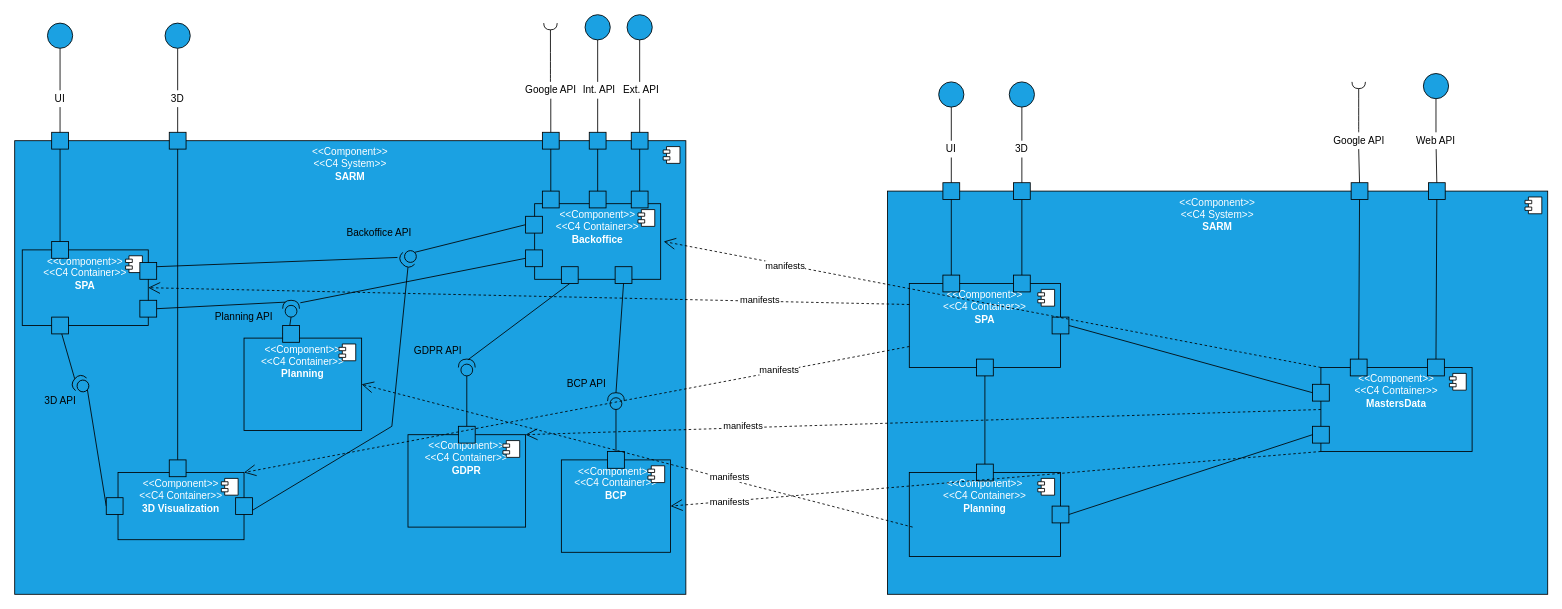
Above: docs/L2/Mapping_Logical_Implementation_Views.drawio in Rodrick0209/ISEP-SEM5PI-24-25 (draw.io), before the change. Source tidied: cells renumbered, new cells numbered last; positions are measured from the earlier drawing's top-left corner, leaving out a move shared by most shapes. Both pictures are drawn from the tidied source at 84%, with x=0, y=0 at pixel (14, 14).
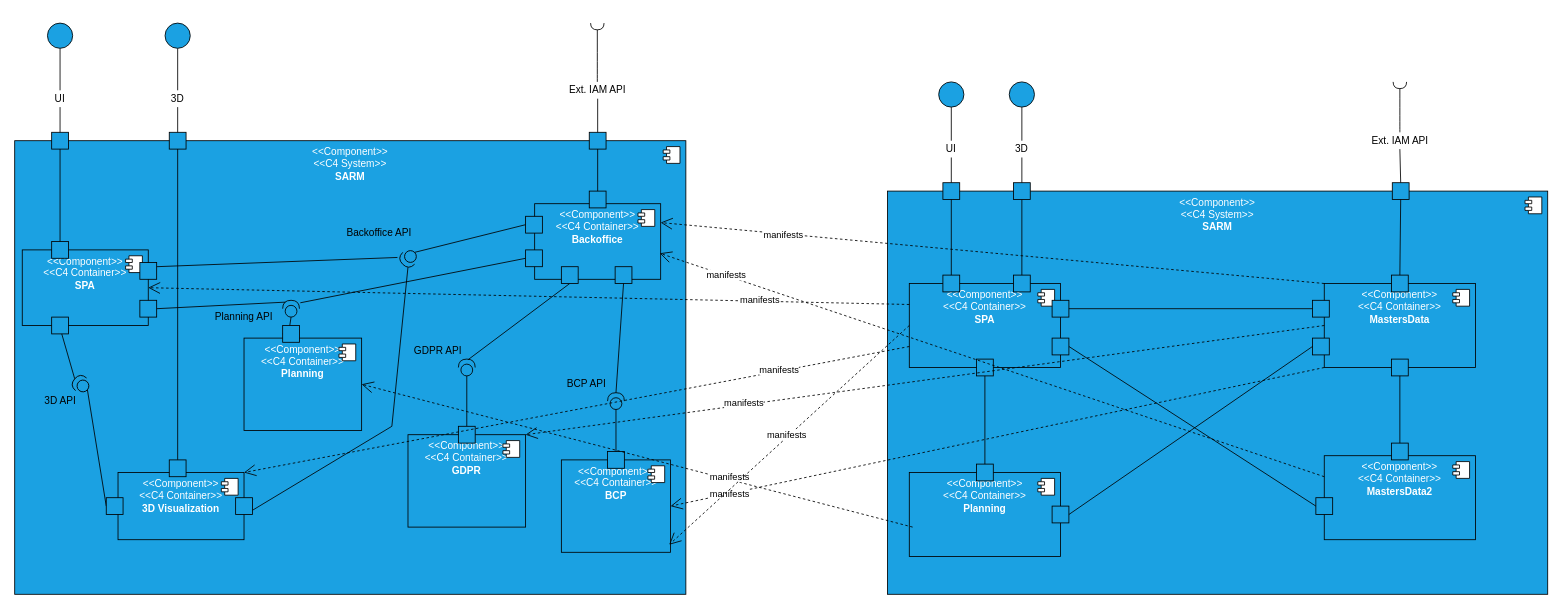
Above is the later version.

Unchanged cells that the change refers to:
```xml
<mxCell id="38" value="&amp;lt;&amp;lt;Component&amp;gt;&amp;gt;&lt;div&gt;&amp;lt;&amp;lt;C4 Container&lt;span style=&quot;background-color: initial;&quot;&gt;&amp;gt;&amp;gt;&lt;/span&gt;&lt;/div&gt;&lt;div&gt;&lt;b&gt;Backoffice&lt;/b&gt;&lt;/div&gt;" style="html=1;whiteSpace=wrap;horizontal=1;verticalAlign=top;fillColor=#1ba1e2;fontColor=#ffffff;strokeColor=default;" parent="1" vertex="1">
  <mxGeometry x="619" y="225" width="150" height="90" as="geometry" />
</mxCell>
<mxCell id="54" value="&amp;lt;&amp;lt;Component&amp;gt;&amp;gt;&lt;div&gt;&amp;lt;&amp;lt;C4 Container&lt;span style=&quot;background-color: initial;&quot;&gt;&amp;gt;&amp;gt;&lt;/span&gt;&lt;/div&gt;&lt;div&gt;&lt;b&gt;BCP&lt;/b&gt;&lt;/div&gt;" style="html=1;whiteSpace=wrap;horizontal=1;verticalAlign=top;fillColor=#1ba1e2;fontColor=#ffffff;strokeColor=default;" parent="1" vertex="1">
  <mxGeometry x="650.8" y="530" width="130" height="110" as="geometry" />
</mxCell>
<mxCell id="89" value="&amp;lt;&amp;lt;Component&amp;gt;&amp;gt;&lt;div&gt;&amp;lt;&amp;lt;C4 Container&lt;span style=&quot;background-color: initial;&quot;&gt;&amp;gt;&amp;gt;&lt;/span&gt;&lt;/div&gt;&lt;div style=&quot;padding-right: 0px;&quot;&gt;&lt;b&gt;SPA&lt;/b&gt;&lt;/div&gt;" style="html=1;whiteSpace=wrap;horizontal=1;verticalAlign=top;fillColor=#1ba1e2;fontColor=#ffffff;strokeColor=default;" parent="1" vertex="1">
  <mxGeometry x="1065" y="320" width="180" height="100" as="geometry" />
</mxCell>
```

The edit, as a diff of the source:
```diff
@@
-    <mxCell id="7" style="whiteSpace=wrap;html=1;fillColor=#1ba1e2;fontColor=#ffffff;strokeColor=default;" parent="1" vertex="1">
-      <mxGeometry x="684" y="140" width="20" height="20" as="geometry" />
-    </mxCell>
-    <mxCell id="8" value="Int. API" style="text;html=1;align=center;verticalAlign=middle;whiteSpace=wrap;rounded=0;" parent="1" vertex="1">
-      <mxGeometry x="670.8" y="80" width="50" height="20" as="geometry" />
-    </mxCell>
-    <mxCell id="9" style="endArrow=none;html=1;rounded=0;entryX=0.5;entryY=1;entryDx=0;entryDy=0;exitX=0.5;exitY=0;exitDx=0;exitDy=0;" parent="1" edge="1" source="7">
-      <mxGeometry relative="1" as="geometry">
-        <mxPoint x="694" y="100" as="targetPoint" />
-      </mxGeometry>
-    </mxCell>
-    <mxCell id="10" style="ellipse;whiteSpace=wrap;html=1;fillColor=#1ba1e2;fontColor=#ffffff;strokeColor=default;" parent="1" vertex="1">
-      <mxGeometry x="679" width="30" height="30" as="geometry" />
-    </mxCell>
@@
-    <mxCell id="13" style="endArrow=none;html=1;rounded=0;entryX=0.5;entryY=1;entryDx=0;entryDy=0;exitX=0.5;exitY=0;exitDx=0;exitDy=0;" parent="1" edge="1" target="10">
-      <mxGeometry relative="1" as="geometry">
-        <mxPoint x="694" y="80" as="sourcePoint" />
-      </mxGeometry>
-    </mxCell>
@@
     <mxCell id="19" style="whiteSpace=wrap;html=1;fillColor=#1ba1e2;fontColor=#ffffff;strokeColor=default;" parent="1" vertex="1">
-      <mxGeometry x="628.2" y="140" width="20" height="20" as="geometry" />
+      <mxGeometry x="684" y="140" width="20" height="20" as="geometry" />
     </mxCell>
     <mxCell id="20" style="endArrow=none;html=1;rounded=0;entryX=0.5;entryY=1;entryDx=0;entryDy=0;exitX=0.5;exitY=0;exitDx=0;exitDy=0;" parent="1" edge="1" source="19">
       <mxGeometry relative="1" as="geometry">
-        <mxPoint x="638.2" y="100" as="targetPoint" />
+        <mxPoint x="694" y="100" as="targetPoint" />
       </mxGeometry>
     </mxCell>
-    <mxCell id="21" value="Google API" style="text;html=1;align=center;verticalAlign=middle;whiteSpace=wrap;rounded=0;" parent="1" vertex="1">
-      <mxGeometry x="605.8" y="80" width="65" height="20" as="geometry" />
+    <mxCell id="21" value="Ext. IAM API" style="text;html=1;align=center;verticalAlign=middle;whiteSpace=wrap;rounded=0;" parent="1" vertex="1">
+      <mxGeometry x="655.2" y="80" width="77.5" height="20" as="geometry" />
     </mxCell>
     <mxCell id="22" style="rounded=0;orthogonalLoop=1;jettySize=auto;html=1;endArrow=halfCircle;endFill=0;endSize=6;strokeWidth=1;sketch=0;fontSize=12;curved=1;exitX=0.5;exitY=0;exitDx=0;exitDy=0;" parent="1" edge="1">
       <mxGeometry relative="1" as="geometry">
-        <mxPoint x="637.8" y="80" as="sourcePoint" />
-        <mxPoint x="637.8" y="10" as="targetPoint" />
+        <mxPoint x="693.6" y="80" as="sourcePoint" />
+        <mxPoint x="693.6" y="10" as="targetPoint" />
       </mxGeometry>
     </mxCell>
@@
     <mxCell id="44" style="whiteSpace=wrap;html=1;fillColor=#1ba1e2;fontColor=#ffffff;strokeColor=default;" parent="1" vertex="1">
-      <mxGeometry x="628.2" y="210" width="20" height="20" as="geometry" />
+      <mxGeometry x="684" y="210" width="20" height="20" as="geometry" />
     </mxCell>
-    <mxCell id="45" style="whiteSpace=wrap;html=1;fillColor=#1ba1e2;fontColor=#ffffff;strokeColor=default;" parent="1" vertex="1">
-      <mxGeometry x="684" y="210" width="20" height="20" as="geometry" />
-    </mxCell>
@@
-    <mxCell id="47" style="endArrow=none;html=1;rounded=0;entryX=0.5;entryY=1;entryDx=0;entryDy=0;exitX=0.5;exitY=0;exitDx=0;exitDy=0;" parent="1" edge="1" source="45" target="7">
-      <mxGeometry relative="1" as="geometry" />
-    </mxCell>
@@
-    <mxCell id="80" style="whiteSpace=wrap;html=1;fillColor=#1ba1e2;fontColor=#ffffff;strokeColor=default;" parent="1" vertex="1">
-      <mxGeometry x="734" y="140" width="20" height="20" as="geometry" />
-    </mxCell>
-    <mxCell id="81" style="endArrow=none;html=1;rounded=0;entryX=0.5;entryY=1;entryDx=0;entryDy=0;exitX=0.5;exitY=0;exitDx=0;exitDy=0;" parent="1" edge="1" source="80">
-      <mxGeometry relative="1" as="geometry">
-        <mxPoint x="744" y="100" as="targetPoint" />
-      </mxGeometry>
-    </mxCell>
-    <mxCell id="82" style="ellipse;whiteSpace=wrap;html=1;fillColor=#1ba1e2;fontColor=#ffffff;strokeColor=default;" parent="1" vertex="1">
-      <mxGeometry x="729" width="30" height="30" as="geometry" />
-    </mxCell>
-    <mxCell id="83" style="endArrow=none;html=1;rounded=0;entryX=0.5;entryY=1;entryDx=0;entryDy=0;exitX=0.5;exitY=0;exitDx=0;exitDy=0;" parent="1" edge="1" target="82">
-      <mxGeometry relative="1" as="geometry">
-        <mxPoint x="744" y="80" as="sourcePoint" />
-      </mxGeometry>
-    </mxCell>
-    <mxCell id="84" style="whiteSpace=wrap;html=1;fillColor=#1ba1e2;fontColor=#ffffff;strokeColor=default;" parent="1" vertex="1">
-      <mxGeometry x="734" y="210" width="20" height="20" as="geometry" />
-    </mxCell>
-    <mxCell id="85" style="endArrow=none;html=1;rounded=0;entryX=0.5;entryY=1;entryDx=0;entryDy=0;exitX=0.5;exitY=0;exitDx=0;exitDy=0;" parent="1" edge="1" source="84" target="80">
-      <mxGeometry relative="1" as="geometry" />
-    </mxCell>
-    <mxCell id="86" value="Ext. API" style="text;html=1;align=center;verticalAlign=middle;whiteSpace=wrap;rounded=0;" parent="1" vertex="1">
-      <mxGeometry x="720.8" y="80" width="50" height="20" as="geometry" />
-    </mxCell>
@@
     <mxCell id="110" value="&amp;lt;&amp;lt;Component&amp;gt;&amp;gt;&lt;div&gt;&amp;lt;&amp;lt;C4 Container&lt;span style=&quot;background-color: initial;&quot;&gt;&amp;gt;&amp;gt;&lt;/span&gt;&lt;/div&gt;&lt;div style=&quot;padding-right: 0px;&quot;&gt;&lt;b&gt;MastersData&lt;/b&gt;&lt;/div&gt;" style="html=1;whiteSpace=wrap;horizontal=1;verticalAlign=top;fillColor=#1ba1e2;fontColor=#ffffff;strokeColor=default;" parent="1" vertex="1">
-      <mxGeometry x="1555" y="420" width="180" height="100" as="geometry" />
+      <mxGeometry x="1559" y="320" width="180" height="100" as="geometry" />
     </mxCell>
@@
     <mxCell id="113" style="whiteSpace=wrap;html=1;fillColor=#1ba1e2;fontColor=#ffffff;strokeColor=default;" parent="1" vertex="1">
-      <mxGeometry x="1235" y="360" width="20" height="20" as="geometry" />
+      <mxGeometry x="1235" y="340" width="20" height="20" as="geometry" />
     </mxCell>
     <mxCell id="114" style="whiteSpace=wrap;html=1;fillColor=#1ba1e2;fontColor=#ffffff;strokeColor=default;" parent="1" vertex="1">
-      <mxGeometry x="1545" y="440" width="20" height="20" as="geometry" />
+      <mxGeometry x="1545" y="340" width="20" height="20" as="geometry" />
     </mxCell>
     <mxCell id="115" style="whiteSpace=wrap;html=1;fillColor=#1ba1e2;fontColor=#ffffff;strokeColor=default;" parent="1" vertex="1">
-      <mxGeometry x="1545" y="490" width="20" height="20" as="geometry" />
+      <mxGeometry x="1545" y="385" width="20" height="20" as="geometry" />
     </mxCell>
@@
-    <mxCell id="118" style="whiteSpace=wrap;html=1;fillColor=#1ba1e2;fontColor=#ffffff;strokeColor=default;" parent="1" vertex="1">
-      <mxGeometry x="1683" y="200" width="20" height="20" as="geometry" />
-    </mxCell>
-    <mxCell id="119" style="whiteSpace=wrap;html=1;fillColor=#1ba1e2;fontColor=#ffffff;strokeColor=default;" parent="1" vertex="1">
-      <mxGeometry x="1682" y="410" width="20" height="20" as="geometry" />
-    </mxCell>
-    <mxCell id="120" style="endArrow=none;html=1;rounded=0;entryX=0.5;entryY=1;entryDx=0;entryDy=0;exitX=0.5;exitY=0;exitDx=0;exitDy=0;" parent="1" edge="1" source="119" target="118">
-      <mxGeometry relative="1" as="geometry" />
-    </mxCell>
-    <mxCell id="121" style="endArrow=none;html=1;rounded=0;exitX=0.5;exitY=0;exitDx=0;exitDy=0;entryX=0.5;entryY=1;entryDx=0;entryDy=0;" parent="1" edge="1" source="124" target="122">
-      <mxGeometry relative="1" as="geometry" />
-    </mxCell>
-    <mxCell id="122" style="ellipse;whiteSpace=wrap;html=1;fillColor=#1ba1e2;fontColor=#ffffff;strokeColor=default;" parent="1" vertex="1">
-      <mxGeometry x="1677" y="70" width="30" height="30" as="geometry" />
-    </mxCell>
-    <mxCell id="123" style="endArrow=none;html=1;rounded=0;exitX=0.5;exitY=0;exitDx=0;exitDy=0;" parent="1" edge="1" source="118" target="124">
-      <mxGeometry relative="1" as="geometry" />
-    </mxCell>
-    <mxCell id="124" value="Web API" style="text;html=1;align=center;verticalAlign=middle;whiteSpace=wrap;rounded=0;" parent="1" vertex="1">
-      <mxGeometry x="1665" y="140" width="54" height="20" as="geometry" />
-    </mxCell>
     <mxCell id="125" style="whiteSpace=wrap;html=1;fillColor=#1ba1e2;fontColor=#ffffff;strokeColor=default;" parent="1" vertex="1">
-      <mxGeometry x="1591" y="200" width="20" height="20" as="geometry" />
+      <mxGeometry x="1640" y="200" width="20" height="20" as="geometry" />
     </mxCell>
     <mxCell id="126" style="whiteSpace=wrap;html=1;fillColor=#1ba1e2;fontColor=#ffffff;strokeColor=default;" parent="1" vertex="1">
-      <mxGeometry x="1590" y="410" width="20" height="20" as="geometry" />
+      <mxGeometry x="1639" y="310" width="20" height="20" as="geometry" />
     </mxCell>
@@
     <mxCell id="128" style="endArrow=none;html=1;rounded=0;exitX=0.5;exitY=0;exitDx=0;exitDy=0;" parent="1" edge="1" source="125">
       <mxGeometry relative="1" as="geometry">
-        <mxPoint x="1600" y="160" as="targetPoint" />
+        <mxPoint x="1649" y="160" as="targetPoint" />
       </mxGeometry>
     </mxCell>
-    <mxCell id="129" value="Google API" style="text;html=1;align=center;verticalAlign=middle;whiteSpace=wrap;rounded=0;" parent="1" vertex="1">
-      <mxGeometry x="1564.5" y="140" width="71" height="20" as="geometry" />
+    <mxCell id="129" value="Ext. IAM API" style="text;html=1;align=center;verticalAlign=middle;whiteSpace=wrap;rounded=0;" parent="1" vertex="1">
+      <mxGeometry x="1613.5" y="140" width="71" height="20" as="geometry" />
     </mxCell>
-    <mxCell id="130" style="rounded=0;jettySize=auto;html=1;endArrow=halfCircle;endFill=0;endSize=6;strokeWidth=1;sketch=0;fontSize=12;curved=1;" parent="1" edge="1" source="129">
+    <mxCell id="130" style="rounded=0;orthogonalLoop=1;jettySize=auto;html=1;endArrow=halfCircle;endFill=0;endSize=6;strokeWidth=1;sketch=0;fontSize=12;curved=1;" parent="1" edge="1">
       <mxGeometry relative="1" as="geometry">
-        <mxPoint x="1600" y="80" as="targetPoint" />
+        <mxPoint x="1649" y="140" as="sourcePoint" />
+        <mxPoint x="1649" y="80" as="targetPoint" />
       </mxGeometry>
     </mxCell>
@@
-    <mxCell id="132" value="manifests" style="endArrow=open;endSize=12;dashed=1;html=1;rounded=0;entryX=1;entryY=0.5;entryDx=0;entryDy=0;exitX=0;exitY=0;exitDx=0;exitDy=0;" parent="1" edge="1" source="110">
-      <mxGeometry x="0.63" y="1" relative="1" as="geometry">
-        <mxPoint x="772.6" y="270" as="targetPoint" />
-      </mxGeometry>
+    <mxCell id="132" value="manifests" style="endArrow=open;endSize=12;dashed=1;html=1;rounded=0;entryX=1;entryY=0.25;entryDx=0;entryDy=0;exitX=0;exitY=0;exitDx=0;exitDy=0;" parent="1" edge="1" source="110" target="38">
+      <mxGeometry x="0.63" y="1" relative="1" as="geometry" />
     </mxCell>
@@
+    <mxCell id="138" value="&amp;lt;&amp;lt;Component&amp;gt;&amp;gt;&lt;div&gt;&amp;lt;&amp;lt;C4 Container&lt;span style=&quot;background-color: initial;&quot;&gt;&amp;gt;&amp;gt;&lt;/span&gt;&lt;/div&gt;&lt;div style=&quot;padding-right: 0px;&quot;&gt;&lt;b&gt;MastersData2&lt;/b&gt;&lt;/div&gt;" style="html=1;whiteSpace=wrap;horizontal=1;verticalAlign=top;fillColor=#1ba1e2;fontColor=#ffffff;strokeColor=default;" parent="1" vertex="1">
+      <mxGeometry x="1559" y="525" width="180" height="100" as="geometry" />
+    </mxCell>
+    <mxCell id="139" style="shape=module;jettyWidth=8;jettyHeight=4;" parent="138" vertex="1">
+      <mxGeometry x="1" width="20" height="20" relative="1" as="geometry">
+        <mxPoint x="-27" y="7" as="offset" />
+      </mxGeometry>
+    </mxCell>
+    <mxCell id="140" style="whiteSpace=wrap;html=1;fillColor=#1ba1e2;fontColor=#ffffff;strokeColor=default;" parent="1" vertex="1">
+      <mxGeometry x="1639" y="510" width="20" height="20" as="geometry" />
+    </mxCell>
+    <mxCell id="141" style="whiteSpace=wrap;html=1;fillColor=#1ba1e2;fontColor=#ffffff;strokeColor=default;" parent="1" vertex="1">
+      <mxGeometry x="1639" y="410" width="20" height="20" as="geometry" />
+    </mxCell>
+    <mxCell id="142" style="endArrow=none;html=1;rounded=0;exitX=0.5;exitY=0;exitDx=0;exitDy=0;entryX=0.5;entryY=1;entryDx=0;entryDy=0;" parent="1" edge="1" source="140" target="141">
+      <mxGeometry relative="1" as="geometry" />
+    </mxCell>
+    <mxCell id="143" style="whiteSpace=wrap;html=1;fillColor=#1ba1e2;fontColor=#ffffff;strokeColor=default;" parent="1" vertex="1">
+      <mxGeometry x="1549" y="575" width="20" height="20" as="geometry" />
+    </mxCell>
+    <mxCell id="144" style="endArrow=none;html=1;rounded=0;entryX=1;entryY=0.5;entryDx=0;entryDy=0;exitX=0;exitY=0.5;exitDx=0;exitDy=0;" parent="1" edge="1" source="143" target="145">
+      <mxGeometry relative="1" as="geometry" />
+    </mxCell>
+    <mxCell id="145" style="whiteSpace=wrap;html=1;fillColor=#1ba1e2;fontColor=#ffffff;strokeColor=default;" parent="1" vertex="1">
+      <mxGeometry x="1235" y="385" width="20" height="20" as="geometry" />
+    </mxCell>
+    <mxCell id="146" value="manifests" style="endArrow=open;endSize=12;dashed=1;html=1;rounded=0;entryX=0.987;entryY=0.918;entryDx=0;entryDy=0;exitX=0;exitY=0.5;exitDx=0;exitDy=0;entryPerimeter=0;" parent="1" edge="1" source="89" target="54">
+      <mxGeometry x="0.01" y="-2" relative="1" as="geometry">
+        <mxPoint x="-1" as="offset" />
+      </mxGeometry>
+    </mxCell>
+    <mxCell id="147" value="manifests" style="endArrow=open;endSize=12;dashed=1;html=1;rounded=0;entryX=0.993;entryY=0.656;entryDx=0;entryDy=0;exitX=0;exitY=0.25;exitDx=0;exitDy=0;entryPerimeter=0;" parent="1" edge="1" source="138" target="38">
+      <mxGeometry x="0.8" y="-1" relative="1" as="geometry" />
+    </mxCell>
```
